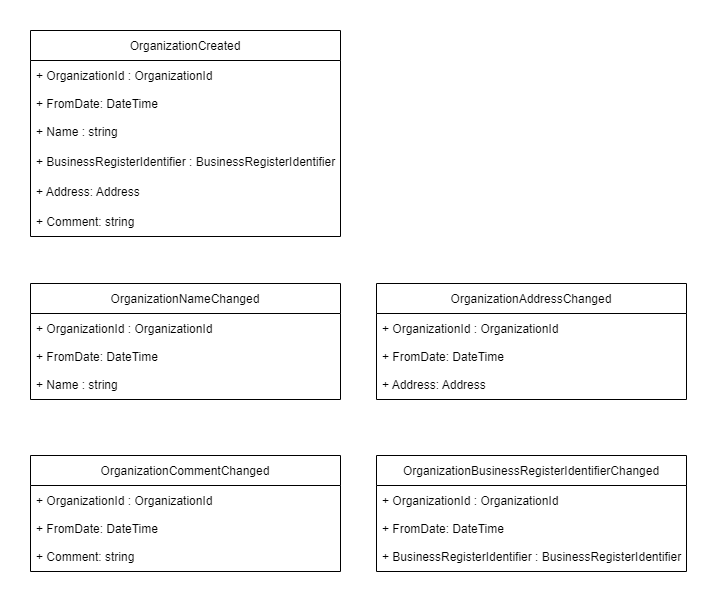
Energinet-DataHub/geh-market-participant keeps this draw.io diagram as docs/images/Actor_register-OrganizationIntegrationEvents.drawio.png. Above is the earlier version. Source tidied: cells renumbered, new cells last; positions are measured from the earlier drawing's top-left corner, leaving out a move shared by most shapes. Source of this version:
```xml
<mxGraphModel>
  <root>
    <mxCell id="0" />
    <mxCell id="1" parent="0" />
    <mxCell id="2" value="OrganizationCreated" style="swimlane;fontStyle=0;horizontal=1;startSize=30;" parent="1" vertex="1">
      <mxGeometry width="310" height="206" as="geometry" />
    </mxCell>
    <mxCell id="3" value="+ OrganizationId : OrganizationId" style="text;strokeColor=none;fillColor=none;align=left;verticalAlign=middle;spacingLeft=4;spacingRight=4;overflow=hidden;" parent="2" vertex="1">
      <mxGeometry y="30" width="310" height="30" as="geometry" />
    </mxCell>
    <mxCell id="4" value="+ FromDate: DateTime" style="text;strokeColor=none;fillColor=none;align=left;verticalAlign=top;spacingLeft=4;spacingRight=4;overflow=hidden;" parent="2" vertex="1">
      <mxGeometry y="60" width="310" height="26" as="geometry" />
    </mxCell>
    <mxCell id="5" value="+ Name : string" style="text;strokeColor=none;fillColor=none;align=left;verticalAlign=middle;spacingLeft=4;spacingRight=4;overflow=hidden;" parent="2" vertex="1">
      <mxGeometry y="86" width="310" height="30" as="geometry" />
    </mxCell>
    <mxCell id="6" value="+ BusinessRegisterIdentifier : BusinessRegisterIdentifier" style="text;strokeColor=none;fillColor=none;align=left;verticalAlign=middle;spacingLeft=4;spacingRight=4;overflow=hidden;" parent="2" vertex="1">
      <mxGeometry y="116" width="310" height="30" as="geometry" />
    </mxCell>
    <mxCell id="7" value="+ Address: Address" style="text;strokeColor=none;fillColor=none;align=left;verticalAlign=middle;spacingLeft=4;spacingRight=4;overflow=hidden;" parent="2" vertex="1">
      <mxGeometry y="146" width="310" height="30" as="geometry" />
    </mxCell>
    <mxCell id="8" value="+ Comment: string" style="text;strokeColor=none;fillColor=none;align=left;verticalAlign=middle;spacingLeft=4;spacingRight=4;overflow=hidden;" parent="2" vertex="1">
      <mxGeometry y="176" width="310" height="30" as="geometry" />
    </mxCell>
    <mxCell id="9" value="OrganizationNameChanged" style="swimlane;fontStyle=0;horizontal=1;startSize=30;" parent="1" vertex="1">
      <mxGeometry y="253" width="310" height="116" as="geometry" />
    </mxCell>
    <mxCell id="10" value="+ OrganizationId : OrganizationId" style="text;strokeColor=none;fillColor=none;align=left;verticalAlign=middle;spacingLeft=4;spacingRight=4;overflow=hidden;" parent="9" vertex="1">
      <mxGeometry y="30" width="310" height="30" as="geometry" />
    </mxCell>
    <mxCell id="11" value="+ FromDate: DateTime" style="text;strokeColor=none;fillColor=none;align=left;verticalAlign=top;spacingLeft=4;spacingRight=4;overflow=hidden;" parent="9" vertex="1">
      <mxGeometry y="60" width="310" height="26" as="geometry" />
    </mxCell>
    <mxCell id="12" value="+ Name : string" style="text;strokeColor=none;fillColor=none;align=left;verticalAlign=middle;spacingLeft=4;spacingRight=4;overflow=hidden;" parent="9" vertex="1">
      <mxGeometry y="86" width="310" height="30" as="geometry" />
    </mxCell>
    <mxCell id="13" value="OrganizationAddressChanged" style="swimlane;fontStyle=0;horizontal=1;startSize=30;" parent="1" vertex="1">
      <mxGeometry x="346" y="253" width="310" height="116" as="geometry" />
    </mxCell>
    <mxCell id="14" value="+ OrganizationId : OrganizationId" style="text;strokeColor=none;fillColor=none;align=left;verticalAlign=middle;spacingLeft=4;spacingRight=4;overflow=hidden;" parent="13" vertex="1">
      <mxGeometry y="30" width="310" height="30" as="geometry" />
    </mxCell>
    <mxCell id="15" value="+ FromDate: DateTime" style="text;strokeColor=none;fillColor=none;align=left;verticalAlign=top;spacingLeft=4;spacingRight=4;overflow=hidden;" parent="13" vertex="1">
      <mxGeometry y="60" width="310" height="26" as="geometry" />
    </mxCell>
    <mxCell id="16" value="+ Address: Address" style="text;strokeColor=none;fillColor=none;align=left;verticalAlign=middle;spacingLeft=4;spacingRight=4;overflow=hidden;" parent="13" vertex="1">
      <mxGeometry y="86" width="310" height="30" as="geometry" />
    </mxCell>
    <mxCell id="17" value="OrganizationCommentChanged" style="swimlane;fontStyle=0;horizontal=1;startSize=30;" parent="1" vertex="1">
      <mxGeometry y="425" width="310" height="116" as="geometry" />
    </mxCell>
    <mxCell id="18" value="+ OrganizationId : OrganizationId" style="text;strokeColor=none;fillColor=none;align=left;verticalAlign=middle;spacingLeft=4;spacingRight=4;overflow=hidden;" parent="17" vertex="1">
      <mxGeometry y="30" width="310" height="30" as="geometry" />
    </mxCell>
    <mxCell id="19" value="+ FromDate: DateTime" style="text;strokeColor=none;fillColor=none;align=left;verticalAlign=top;spacingLeft=4;spacingRight=4;overflow=hidden;" parent="17" vertex="1">
      <mxGeometry y="60" width="310" height="26" as="geometry" />
    </mxCell>
    <mxCell id="20" value="+ Comment: string" style="text;strokeColor=none;fillColor=none;align=left;verticalAlign=middle;spacingLeft=4;spacingRight=4;overflow=hidden;" parent="17" vertex="1">
      <mxGeometry y="86" width="310" height="30" as="geometry" />
    </mxCell>
    <mxCell id="21" value="OrganizationBusinessRegisterIdentifierChanged" style="swimlane;fontStyle=0;horizontal=1;startSize=30;" parent="1" vertex="1">
      <mxGeometry x="346" y="425" width="310" height="116" as="geometry" />
    </mxCell>
    <mxCell id="22" value="+ OrganizationId : OrganizationId" style="text;strokeColor=none;fillColor=none;align=left;verticalAlign=middle;spacingLeft=4;spacingRight=4;overflow=hidden;" parent="21" vertex="1">
      <mxGeometry y="30" width="310" height="30" as="geometry" />
    </mxCell>
    <mxCell id="23" value="+ FromDate: DateTime" style="text;strokeColor=none;fillColor=none;align=left;verticalAlign=top;spacingLeft=4;spacingRight=4;overflow=hidden;" parent="21" vertex="1">
      <mxGeometry y="60" width="310" height="26" as="geometry" />
    </mxCell>
    <mxCell id="24" value="+ BusinessRegisterIdentifier : BusinessRegisterIdentifier" style="text;strokeColor=none;fillColor=none;align=left;verticalAlign=middle;spacingLeft=4;spacingRight=4;overflow=hidden;" parent="21" vertex="1">
      <mxGeometry y="86" width="310" height="30" as="geometry" />
    </mxCell>
  </root>
</mxGraphModel>
```
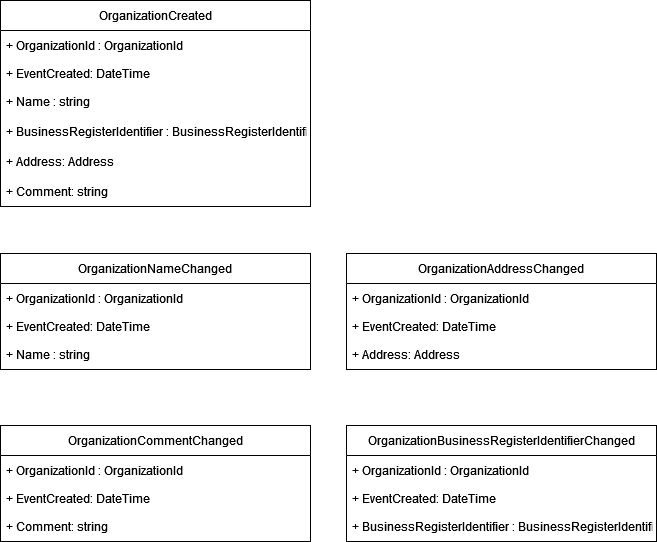
Later version of the same file.

The edit, as a diff of the source:
```diff
@@ -8,7 +8,7 @@
     <mxCell id="3" value="+ OrganizationId : OrganizationId" style="text;strokeColor=none;fillColor=none;align=left;verticalAlign=middle;spacingLeft=4;spacingRight=4;overflow=hidden;" parent="2" vertex="1">
       <mxGeometry y="30" width="310" height="30" as="geometry" />
     </mxCell>
-    <mxCell id="4" value="+ FromDate: DateTime" style="text;strokeColor=none;fillColor=none;align=left;verticalAlign=top;spacingLeft=4;spacingRight=4;overflow=hidden;" parent="2" vertex="1">
+    <mxCell id="4" value="+ EventCreated: DateTime" style="text;strokeColor=none;fillColor=none;align=left;verticalAlign=top;spacingLeft=4;spacingRight=4;overflow=hidden;" parent="2" vertex="1">
       <mxGeometry y="60" width="310" height="26" as="geometry" />
     </mxCell>
     <mxCell id="5" value="+ Name : string" style="text;strokeColor=none;fillColor=none;align=left;verticalAlign=middle;spacingLeft=4;spacingRight=4;overflow=hidden;" parent="2" vertex="1">
@@ -29,7 +29,7 @@
     <mxCell id="10" value="+ OrganizationId : OrganizationId" style="text;strokeColor=none;fillColor=none;align=left;verticalAlign=middle;spacingLeft=4;spacingRight=4;overflow=hidden;" parent="9" vertex="1">
       <mxGeometry y="30" width="310" height="30" as="geometry" />
     </mxCell>
-    <mxCell id="11" value="+ FromDate: DateTime" style="text;strokeColor=none;fillColor=none;align=left;verticalAlign=top;spacingLeft=4;spacingRight=4;overflow=hidden;" parent="9" vertex="1">
+    <mxCell id="11" value="+ EventCreated: DateTime" style="text;strokeColor=none;fillColor=none;align=left;verticalAlign=top;spacingLeft=4;spacingRight=4;overflow=hidden;" parent="9" vertex="1">
       <mxGeometry y="60" width="310" height="26" as="geometry" />
     </mxCell>
     <mxCell id="12" value="+ Name : string" style="text;strokeColor=none;fillColor=none;align=left;verticalAlign=middle;spacingLeft=4;spacingRight=4;overflow=hidden;" parent="9" vertex="1">
@@ -41,7 +41,7 @@
     <mxCell id="14" value="+ OrganizationId : OrganizationId" style="text;strokeColor=none;fillColor=none;align=left;verticalAlign=middle;spacingLeft=4;spacingRight=4;overflow=hidden;" parent="13" vertex="1">
       <mxGeometry y="30" width="310" height="30" as="geometry" />
     </mxCell>
-    <mxCell id="15" value="+ FromDate: DateTime" style="text;strokeColor=none;fillColor=none;align=left;verticalAlign=top;spacingLeft=4;spacingRight=4;overflow=hidden;" parent="13" vertex="1">
+    <mxCell id="15" value="+ EventCreated: DateTime" style="text;strokeColor=none;fillColor=none;align=left;verticalAlign=top;spacingLeft=4;spacingRight=4;overflow=hidden;" parent="13" vertex="1">
       <mxGeometry y="60" width="310" height="26" as="geometry" />
     </mxCell>
     <mxCell id="16" value="+ Address: Address" style="text;strokeColor=none;fillColor=none;align=left;verticalAlign=middle;spacingLeft=4;spacingRight=4;overflow=hidden;" parent="13" vertex="1">
@@ -53,7 +53,7 @@
     <mxCell id="18" value="+ OrganizationId : OrganizationId" style="text;strokeColor=none;fillColor=none;align=left;verticalAlign=middle;spacingLeft=4;spacingRight=4;overflow=hidden;" parent="17" vertex="1">
       <mxGeometry y="30" width="310" height="30" as="geometry" />
     </mxCell>
-    <mxCell id="19" value="+ FromDate: DateTime" style="text;strokeColor=none;fillColor=none;align=left;verticalAlign=top;spacingLeft=4;spacingRight=4;overflow=hidden;" parent="17" vertex="1">
+    <mxCell id="19" value="+ EventCreated: DateTime" style="text;strokeColor=none;fillColor=none;align=left;verticalAlign=top;spacingLeft=4;spacingRight=4;overflow=hidden;" parent="17" vertex="1">
       <mxGeometry y="60" width="310" height="26" as="geometry" />
     </mxCell>
     <mxCell id="20" value="+ Comment: string" style="text;strokeColor=none;fillColor=none;align=left;verticalAlign=middle;spacingLeft=4;spacingRight=4;overflow=hidden;" parent="17" vertex="1">
@@ -65,7 +65,7 @@
     <mxCell id="22" value="+ OrganizationId : OrganizationId" style="text;strokeColor=none;fillColor=none;align=left;verticalAlign=middle;spacingLeft=4;spacingRight=4;overflow=hidden;" parent="21" vertex="1">
       <mxGeometry y="30" width="310" height="30" as="geometry" />
     </mxCell>
-    <mxCell id="23" value="+ FromDate: DateTime" style="text;strokeColor=none;fillColor=none;align=left;verticalAlign=top;spacingLeft=4;spacingRight=4;overflow=hidden;" parent="21" vertex="1">
+    <mxCell id="23" value="+ EventCreated: DateTime" style="text;strokeColor=none;fillColor=none;align=left;verticalAlign=top;spacingLeft=4;spacingRight=4;overflow=hidden;" parent="21" vertex="1">
       <mxGeometry y="60" width="310" height="26" as="geometry" />
     </mxCell>
     <mxCell id="24" value="+ BusinessRegisterIdentifier : BusinessRegisterIdentifier" style="text;strokeColor=none;fillColor=none;align=left;verticalAlign=middle;spacingLeft=4;spacingRight=4;overflow=hidden;" parent="21" vertex="1">
```
